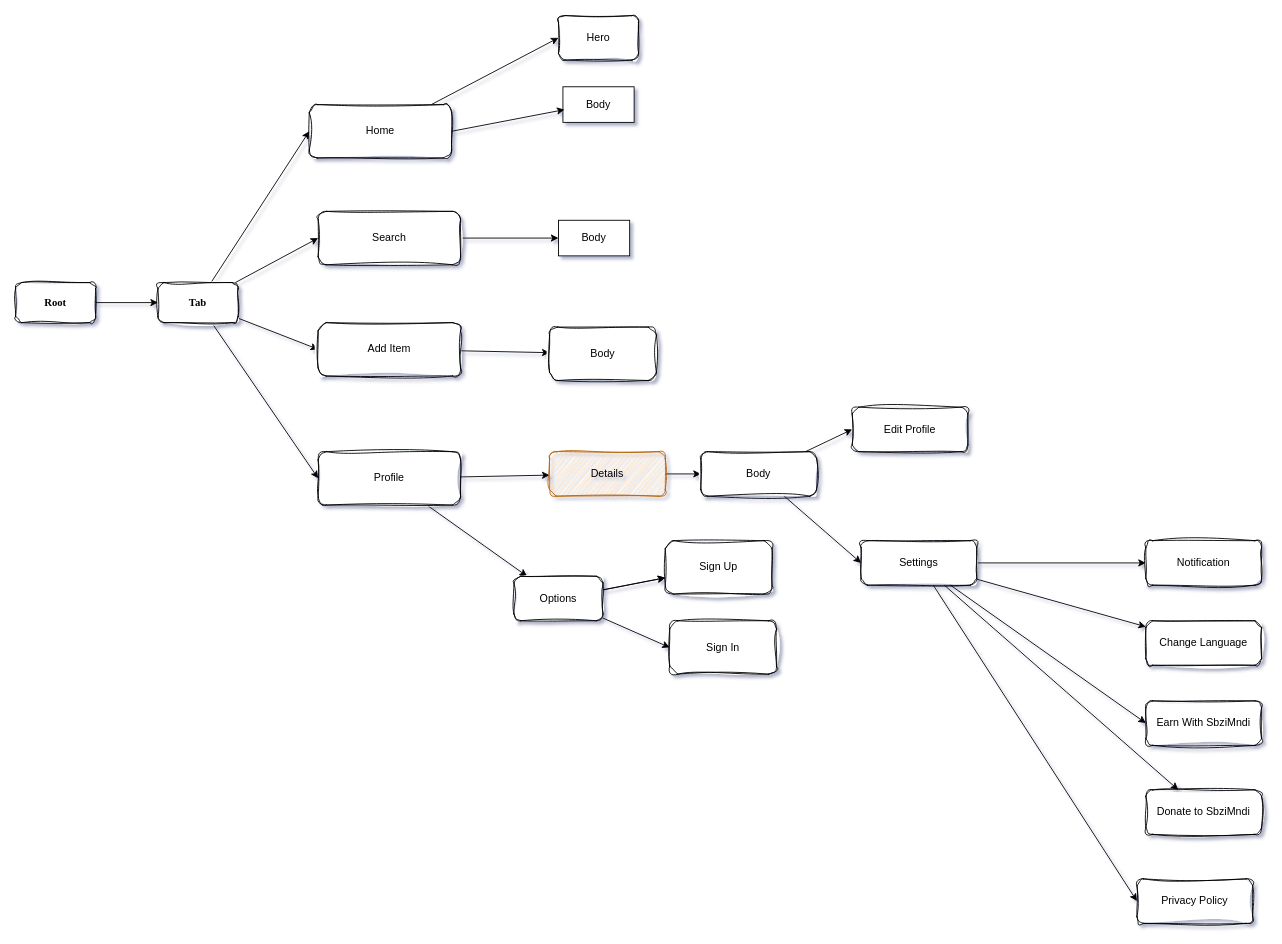
Earlier version of the draw.io diagram bluePrint.drawio (Vahiyaatproduct9/sbzimndi). Source tidied: cells renumbered, new cells numbered last; positions are measured from the earlier drawing's top-left corner, leaving out a move shared by most shapes. Both pictures are drawn from the tidied source at 89%, with x=0, y=0 at pixel (15, 15).
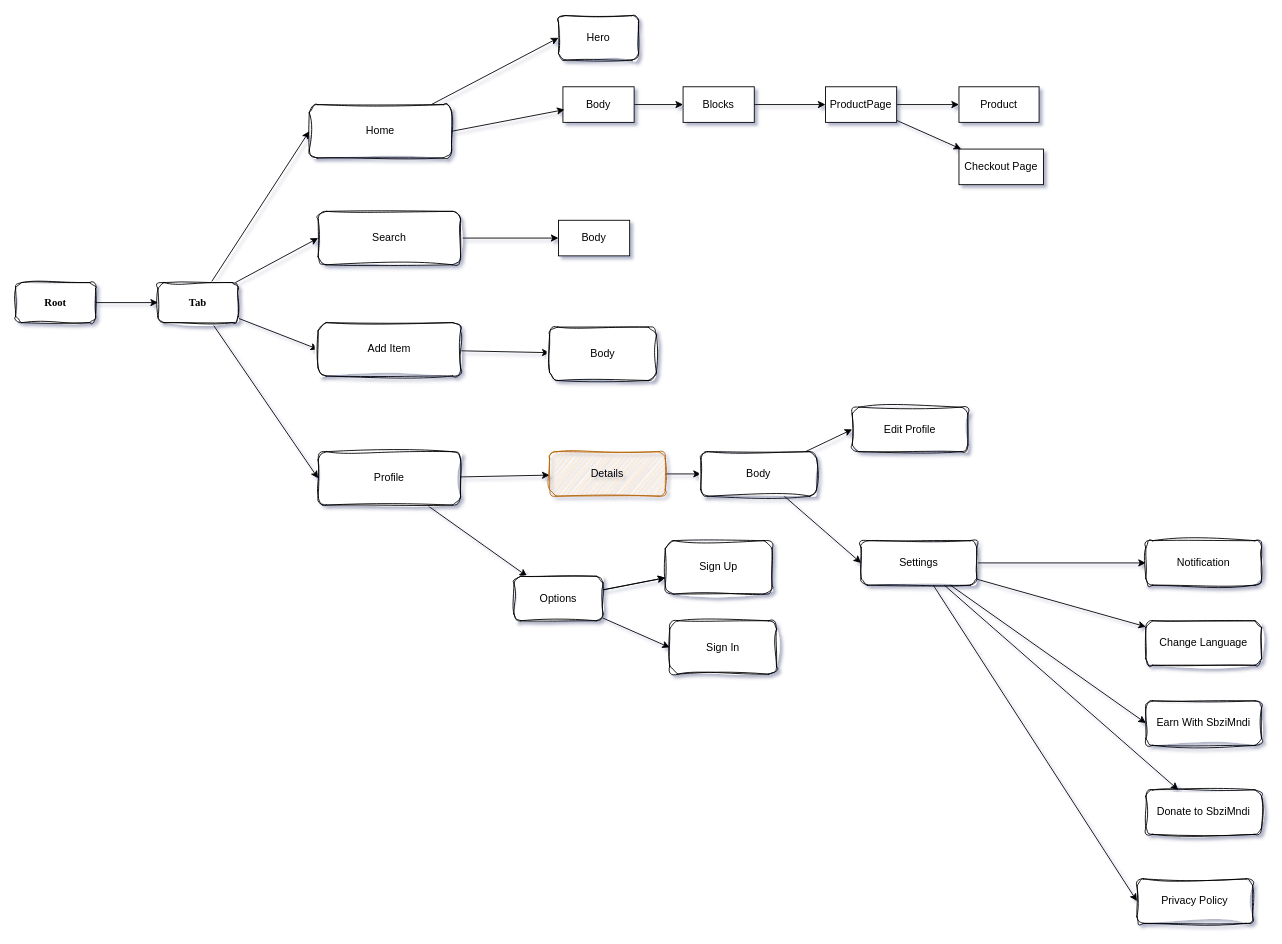
Above is the later version.

Unchanged cells that the change refers to:
```xml
<mxCell id="17" value="Body" style="whiteSpace=wrap;html=1;" parent="1" vertex="1">
  <mxGeometry x="615" y="80" width="80" height="40" as="geometry" />
</mxCell>
```

Diff of the diagram source:
```diff
@@
+    <mxCell id="46" style="edgeStyle=none;html=1;" parent="1" edge="1" source="17" target="48">
+      <mxGeometry relative="1" as="geometry" />
+    </mxCell>
@@
+    <mxCell id="47" style="edgeStyle=none;html=1;" parent="1" edge="1" source="48" target="51">
+      <mxGeometry relative="1" as="geometry" />
+    </mxCell>
+    <mxCell id="48" value="Blocks" style="whiteSpace=wrap;html=1;" parent="1" vertex="1">
+      <mxGeometry x="750" y="80" width="80" height="40" as="geometry" />
+    </mxCell>
+    <mxCell id="49" style="edgeStyle=none;html=1;" parent="1" edge="1" source="51" target="52">
+      <mxGeometry relative="1" as="geometry" />
+    </mxCell>
+    <mxCell id="50" style="edgeStyle=none;html=1;" parent="1" edge="1" source="51" target="53">
+      <mxGeometry relative="1" as="geometry" />
+    </mxCell>
+    <mxCell id="51" value="ProductPage" style="whiteSpace=wrap;html=1;" parent="1" vertex="1">
+      <mxGeometry x="910" y="80" width="80" height="40" as="geometry" />
+    </mxCell>
+    <mxCell id="52" value="Product" style="whiteSpace=wrap;html=1;" parent="1" vertex="1">
+      <mxGeometry x="1060" y="80" width="90" height="40" as="geometry" />
+    </mxCell>
+    <mxCell id="53" value="Checkout Page" style="whiteSpace=wrap;html=1;" parent="1" vertex="1">
+      <mxGeometry x="1060" y="150" width="95" height="40" as="geometry" />
+    </mxCell>
```
